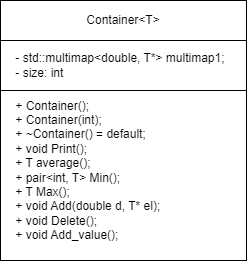
This is 2 Семестр/Class/Лаба 12/Лаба 12 Классы.png from IlyaFedoseev227/LABS-PNRPU-IVT-22-1b, a draw.io export, as it was before one commit. Source tidied: cells renumbered, new cells last; positions are measured from the earlier drawing's top-left corner, leaving out a move shared by most shapes. Its diagram source:
```xml
<mxGraphModel>
  <root>
    <mxCell id="0" />
    <mxCell id="1" parent="0" />
    <mxCell id="2" style="rounded=0;whiteSpace=wrap;html=1;" parent="1" vertex="1">
      <mxGeometry width="246" height="260" as="geometry" />
    </mxCell>
    <mxCell id="3" value="Container&amp;lt;T&amp;gt;" style="rounded=0;whiteSpace=wrap;html=1;" parent="1" vertex="1">
      <mxGeometry width="246" height="40" as="geometry" />
    </mxCell>
    <mxCell id="4" value="&lt;div&gt;&amp;nbsp; &amp;nbsp; + Container();&lt;/div&gt;&lt;div&gt;&amp;nbsp; &amp;nbsp; + Container(int);&lt;/div&gt;&lt;div&gt;&amp;nbsp; &amp;nbsp; + ~Container() = default;&lt;/div&gt;&lt;div&gt;&amp;nbsp; &amp;nbsp; + void Print();&lt;/div&gt;&lt;div&gt;&amp;nbsp; &amp;nbsp; + T average();&lt;/div&gt;&lt;div&gt;&amp;nbsp; &amp;nbsp; + pair&amp;lt;int, T&amp;gt; Min();&lt;/div&gt;&lt;div&gt;&amp;nbsp; &amp;nbsp; + T Max();&lt;/div&gt;&lt;div&gt;&amp;nbsp; &amp;nbsp; + void Add(double d, T* el);&lt;/div&gt;&lt;div&gt;&amp;nbsp; &amp;nbsp; + void Delete();&lt;/div&gt;&lt;div&gt;&amp;nbsp; &amp;nbsp; + void Add_value();&lt;/div&gt;" style="text;html=1;align=left;verticalAlign=middle;strokeColor=none;fillColor=none;" parent="1" vertex="1">
      <mxGeometry y="90" width="180" height="160" as="geometry" />
    </mxCell>
    <mxCell id="5" style="rounded=0;whiteSpace=wrap;html=1;" parent="1" vertex="1">
      <mxGeometry y="40" width="246" height="50" as="geometry" />
    </mxCell>
    <mxCell id="6" value="&lt;div&gt;&amp;nbsp; &amp;nbsp; - std::multimap&amp;lt;double, T*&amp;gt; multimap1;&lt;/div&gt;&lt;div&gt;&amp;nbsp; &amp;nbsp; - size: int&lt;/div&gt;" style="text;html=1;align=left;verticalAlign=middle;strokeColor=none;fillColor=none;" parent="1" vertex="1">
      <mxGeometry y="45" width="250" height="40" as="geometry" />
    </mxCell>
  </root>
</mxGraphModel>
```
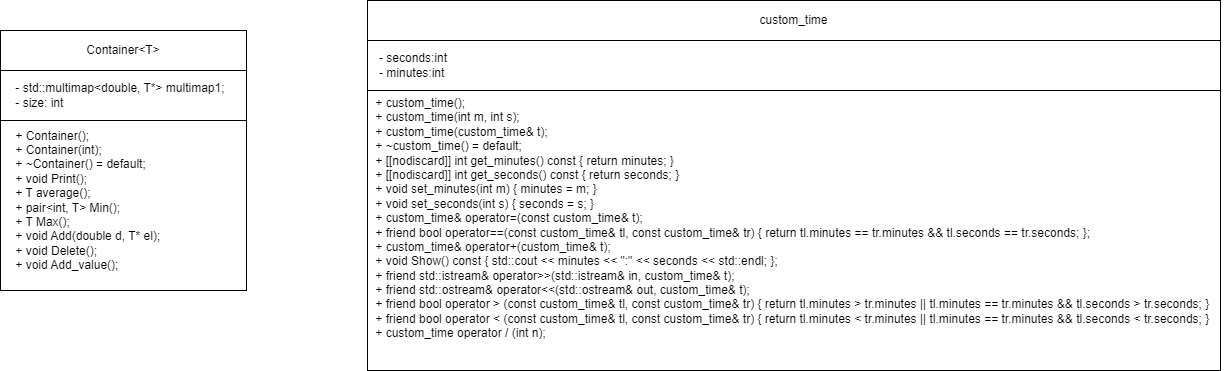
After the change.

Change to the diagram source:
```diff
@@ -17,5 +17,20 @@
     <mxCell id="6" value="&lt;div&gt;&amp;nbsp; &amp;nbsp; - std::multimap&amp;lt;double, T*&amp;gt; multimap1;&lt;/div&gt;&lt;div&gt;&amp;nbsp; &amp;nbsp; - size: int&lt;/div&gt;" style="text;html=1;align=left;verticalAlign=middle;strokeColor=none;fillColor=none;" parent="1" vertex="1">
       <mxGeometry y="45" width="250" height="40" as="geometry" />
     </mxCell>
+    <mxCell id="7" style="rounded=0;whiteSpace=wrap;html=1;" parent="1" vertex="1">
+      <mxGeometry x="367" y="-30" width="853" height="370" as="geometry" />
+    </mxCell>
+    <mxCell id="8" value="custom_time" style="rounded=0;whiteSpace=wrap;html=1;" parent="1" vertex="1">
+      <mxGeometry x="367" y="-30" width="853" height="40" as="geometry" />
+    </mxCell>
+    <mxCell id="9" value="&lt;div&gt;&amp;nbsp; &amp;nbsp; + custom_time();&lt;/div&gt;&lt;div&gt;&amp;nbsp; &amp;nbsp; + custom_time(int m, int s);&lt;/div&gt;&lt;div&gt;&amp;nbsp; &amp;nbsp; + custom_time(custom_time&amp;amp; t);&lt;/div&gt;&lt;div&gt;&amp;nbsp; &amp;nbsp; + ~custom_time() = default;&lt;/div&gt;&lt;div&gt;&amp;nbsp; &amp;nbsp; + [[nodiscard]] int get_minutes() const { return minutes; }&lt;/div&gt;&lt;div&gt;&amp;nbsp; &amp;nbsp; + [[nodiscard]] int get_seconds() const { return seconds; }&lt;/div&gt;&lt;div&gt;&amp;nbsp; &amp;nbsp; + void set_minutes(int m) { minutes = m; }&lt;/div&gt;&lt;div&gt;&amp;nbsp; &amp;nbsp; + void set_seconds(int s) { seconds = s; }&lt;/div&gt;&lt;div&gt;&amp;nbsp; &amp;nbsp; + custom_time&amp;amp; operator=(const custom_time&amp;amp; t);&lt;/div&gt;&lt;div&gt;&amp;nbsp; &amp;nbsp; + friend bool operator==(const custom_time&amp;amp; tl, const custom_time&amp;amp; tr) { return tl.minutes == tr.minutes &amp;amp;&amp;amp; tl.seconds == tr.seconds; };&lt;/div&gt;&lt;div&gt;&amp;nbsp; &amp;nbsp; + custom_time&amp;amp; operator+(custom_time&amp;amp; t);&lt;/div&gt;&lt;div&gt;&amp;nbsp; &amp;nbsp; + void Show() const { std::cout &amp;lt;&amp;lt; minutes &amp;lt;&amp;lt; &quot;:&quot; &amp;lt;&amp;lt; seconds &amp;lt;&amp;lt; std::endl; };&lt;/div&gt;&lt;div&gt;&amp;nbsp; &amp;nbsp; + friend std::istream&amp;amp; operator&amp;gt;&amp;gt;(std::istream&amp;amp; in, custom_time&amp;amp; t);&lt;/div&gt;&lt;div&gt;&amp;nbsp; &amp;nbsp; + friend std::ostream&amp;amp; operator&amp;lt;&amp;lt;(std::ostream&amp;amp; out, custom_time&amp;amp; t);&lt;/div&gt;&lt;div&gt;&amp;nbsp; &amp;nbsp; + friend bool operator &amp;gt; (const custom_time&amp;amp; tl, const custom_time&amp;amp; tr) { return tl.minutes &amp;gt; tr.minutes || tl.minutes == tr.minutes &amp;amp;&amp;amp; tl.seconds &amp;gt; tr.seconds; }&lt;/div&gt;&lt;div&gt;&amp;nbsp; &amp;nbsp; + friend bool operator &amp;lt; (const custom_time&amp;amp; tl, const custom_time&amp;amp; tr) { return tl.minutes &amp;lt; tr.minutes || tl.minutes == tr.minutes &amp;amp;&amp;amp; tl.seconds &amp;lt; tr.seconds; }&lt;/div&gt;&lt;div&gt;&amp;nbsp; &amp;nbsp; + custom_time operator / (int n);&lt;/div&gt;&lt;div&gt;&lt;br&gt;&lt;/div&gt;" style="text;html=1;align=left;verticalAlign=middle;strokeColor=none;fillColor=none;" parent="1" vertex="1">
+      <mxGeometry x="360" y="60" width="870" height="270" as="geometry" />
+    </mxCell>
+    <mxCell id="10" style="rounded=0;whiteSpace=wrap;html=1;" parent="1" vertex="1">
+      <mxGeometry x="367" y="10" width="853" height="50" as="geometry" />
+    </mxCell>
+    <mxCell id="11" value="&lt;div&gt;- seconds:int&lt;span style=&quot;&quot;&gt;&lt;/span&gt;&lt;/div&gt;&lt;div&gt;&lt;span style=&quot;white-space: pre;&quot;&gt;- minutes:int&lt;/span&gt;&lt;/div&gt;" style="text;html=1;align=left;verticalAlign=middle;strokeColor=none;fillColor=none;" parent="1" vertex="1">
+      <mxGeometry x="377" y="15" width="90" height="40" as="geometry" />
+    </mxCell>
   </root>
 </mxGraphModel>
```
